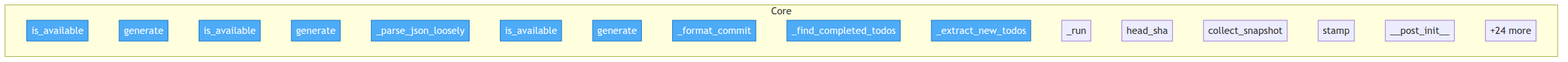
Above: project/flow.png in semcod/taskill (Mermaid), before the change. Its source is kept beside it as project/flow.mmd. Its diagram source:
```mermaid
flowchart TD

    classDef entry fill:#4dabf7,stroke:#1971c2,color:#fff

    subgraph Core
        src__taskill__providers__windsurf_mcp__WindsurfMcpProvider__is_available["is_available"]
        src__taskill__providers__windsurf_mcp__WindsurfMcpProvider__generate["generate"]
        src__taskill__providers__openrouter__OpenRouterProvider__is_available["is_available"]
        src__taskill__providers__openrouter__OpenRouterProvider__generate["generate"]
        src__taskill__providers__openrouter__OpenRouterProvider___parse_json_loosely["_parse_json_loosely"]
        src__taskill__providers__algorithmic__AlgorithmicProvider__is_available["is_available"]
        src__taskill__providers__algorithmic__AlgorithmicProvider__generate["generate"]
        src__taskill__providers__algorithmic__AlgorithmicProvider___format_commit["_format_commit"]
        src__taskill__providers__algorithmic__AlgorithmicProvider___find_completed_todos["_find_completed_todos"]
        src__taskill__providers__algorithmic__AlgorithmicProvider___extract_new_todos["_extract_new_todos"]
        src__taskill__git_state___run["_run"]
        src__taskill__git_state__head_sha["head_sha"]
        src__taskill__git_state__collect_snapshot["collect_snapshot"]
        src__taskill__state__TaskillState__stamp["stamp"]
        src__taskill__providers__base__GeneratedDocs____post_init__["__post_init__"]
        ...["+24 more"]
    end

    class src__taskill__providers__windsurf_mcp__WindsurfMcpProvider__is_available,src__taskill__providers__windsurf_mcp__WindsurfMcpProvider__generate,src__taskill__providers__openrouter__OpenRouterProvider__is_available,src__taskill__providers__openrouter__OpenRouterProvider__generate,src__taskill__providers__openrouter__OpenRouterProvider___parse_json_loosely,src__taskill__providers__algorithmic__AlgorithmicProvider__is_available,src__taskill__providers__algorithmic__AlgorithmicProvider__generate,src__taskill__providers__algorithmic__AlgorithmicProvider___format_commit,src__taskill__providers__algorithmic__AlgorithmicProvider___find_completed_todos,src__taskill__providers__algorithmic__AlgorithmicProvider___extract_new_todos entry
```
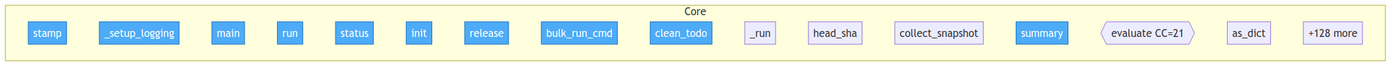
Above is the later version.

What changed in the source:
```diff
@@ -3,22 +3,22 @@
     classDef entry fill:#4dabf7,stroke:#1971c2,color:#fff
 
     subgraph Core
-        src__taskill__providers__windsurf_mcp__WindsurfMcpProvider__is_available["is_available"]
-        src__taskill__providers__windsurf_mcp__WindsurfMcpProvider__generate["generate"]
-        src__taskill__providers__openrouter__OpenRouterProvider__is_available["is_available"]
-        src__taskill__providers__openrouter__OpenRouterProvider__generate["generate"]
-        src__taskill__providers__openrouter__OpenRouterProvider___parse_json_loosely["_parse_json_loosely"]
-        src__taskill__providers__algorithmic__AlgorithmicProvider__is_available["is_available"]
-        src__taskill__providers__algorithmic__AlgorithmicProvider__generate["generate"]
-        src__taskill__providers__algorithmic__AlgorithmicProvider___format_commit["_format_commit"]
-        src__taskill__providers__algorithmic__AlgorithmicProvider___find_completed_todos["_find_completed_todos"]
-        src__taskill__providers__algorithmic__AlgorithmicProvider___extract_new_todos["_extract_new_todos"]
+        src__taskill__state__TaskillState__stamp["stamp"]
+        src__taskill__cli___setup_logging["_setup_logging"]
+        src__taskill__cli__main["main"]
+        src__taskill__cli__run["run"]
+        src__taskill__cli__status["status"]
+        src__taskill__cli__init["init"]
+        src__taskill__cli__release["release"]
+        src__taskill__cli__bulk_run_cmd["bulk_run_cmd"]
+        src__taskill__cli__clean_todo["clean_todo"]
         src__taskill__git_state___run["_run"]
         src__taskill__git_state__head_sha["head_sha"]
         src__taskill__git_state__collect_snapshot["collect_snapshot"]
-        src__taskill__state__TaskillState__stamp["stamp"]
-        src__taskill__providers__base__GeneratedDocs____post_init__["__post_init__"]
-        ...["+24 more"]
+        src__taskill__triggers__TriggerEvaluation__summary["summary"]
+        src__taskill__triggers__evaluate{{evaluate CC=21}}
+        src__taskill__core__TaskillResult__as_dict["as_dict"]
+        ...["+128 more"]
     end
 
-    class src__taskill__providers__windsurf_mcp__WindsurfMcpProvider__is_available,src__taskill__providers__windsurf_mcp__WindsurfMcpProvider__generate,src__taskill__providers__openrouter__OpenRouterProvider__is_available,src__taskill__providers__openrouter__OpenRouterProvider__generate,src__taskill__providers__openrouter__OpenRouterProvider___parse_json_loosely,src__taskill__providers__algorithmic__AlgorithmicProvider__is_available,src__taskill__providers__algorithmic__AlgorithmicProvider__generate,src__taskill__providers__algorithmic__AlgorithmicProvider___format_commit,src__taskill__providers__algorithmic__AlgorithmicProvider___find_completed_todos,src__taskill__providers__algorithmic__AlgorithmicProvider___extract_new_todos entry
+    class src__taskill__state__TaskillState__stamp,src__taskill__cli___setup_logging,src__taskill__cli__main,src__taskill__cli__run,src__taskill__cli__status,src__taskill__cli__init,src__taskill__cli__release,src__taskill__cli__bulk_run_cmd,src__taskill__cli__clean_todo,src__taskill__triggers__TriggerEvaluation__summary entry
```
